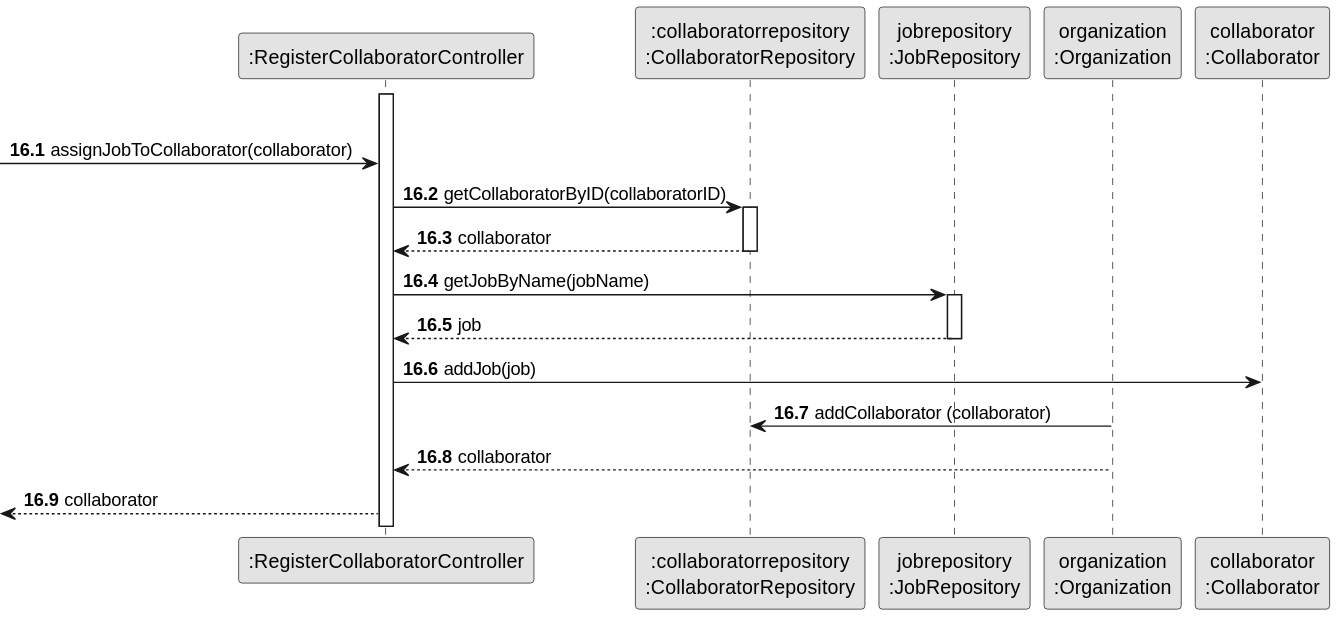
tiagosoa/lei-24-s2-1dgh-g073 keeps this PlantUML diagram as docs/sprint3/us003/03.design/svg/us003-sequence-diagram-partial-assign-job.svg. Above is the earlier version. The source it was exported from:
```plantuml
@startuml
skinparam monochrome true
skinparam packageStyle rectangle
skinparam shadowing false

participant ":RegisterCollaboratorController" as CTRL
participant ":collaboratorrepository\n:CollaboratorRepository" as CR
participant "jobrepository\n:JobRepository" as JR
participant "organization\n:Organization" as ORG
participant "collaborator\n:Collaborator" as COLABORADOR


autonumber 16

autonumber 16.1
activate CTRL

    group Assign Job

                        -> CTRL: assignJobToCollaborator(collaborator)

                        CTRL -> CR: getCollaboratorByID(collaboratorID)
                        activate CR

                        CR --> CTRL: collaborator
                        deactivate CR

                        CTRL -> JR: getJobByName(jobName)
                        activate JR

                        JR --> CTRL: job
                        deactivate JR

                        CTRL -> COLABORADOR: addJob(job)

                       ORG -> CR : addCollaborator (collaborator)




                       ORG --> CTRL: collaborator

                       deactivate ORG







            deactivate ORG

            <-- CTRL: collaborator

deactivate ORG
@enduml
```
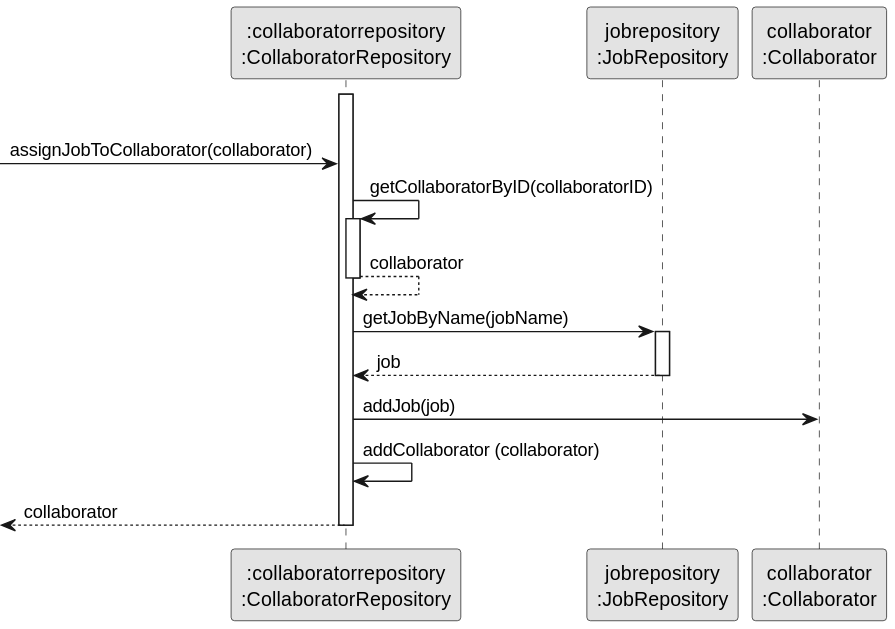
After the commit.

What changed in the source:
```diff
@@ -3,54 +3,38 @@
 skinparam packageStyle rectangle
 skinparam shadowing false
 
-participant ":RegisterCollaboratorController" as CTRL
+
 participant ":collaboratorrepository\n:CollaboratorRepository" as CR
 participant "jobrepository\n:JobRepository" as JR
-participant "organization\n:Organization" as ORG
 participant "collaborator\n:Collaborator" as COLABORADOR
 
-
-autonumber 16
-
-autonumber 16.1
-activate CTRL
-
+activate CR
     group Assign Job
 
-                        -> CTRL: assignJobToCollaborator(collaborator)
+                                                -> CR: assignJobToCollaborator(collaborator)
 
-                        CTRL -> CR: getCollaboratorByID(collaboratorID)
-                        activate CR
+                                                CR -> CR: getCollaboratorByID(collaboratorID)
+                                                activate CR
 
-                        CR --> CTRL: collaborator
-                        deactivate CR
+                                                CR --> CR: collaborator
+                                                deactivate CR
 
-                        CTRL -> JR: getJobByName(jobName)
-                        activate JR
+                                                CR -> JR: getJobByName(jobName)
+                                                activate JR
 
-                        JR --> CTRL: job
-                        deactivate JR
+                                                JR --> CR: job
+                                                deactivate JR
 
-                        CTRL -> COLABORADOR: addJob(job)
+                                                CR -> COLABORADOR: addJob(job)
 
-                       ORG -> CR : addCollaborator (collaborator)
+                                               CR -> CR : addCollaborator (collaborator)
 
 
 
 
-                       ORG --> CTRL: collaborator
+                                               <-- CR: collaborator
 
-                       deactivate ORG
+                                               deactivate CR
 
 
-
-
-
-
-
-            deactivate ORG
-
-            <-- CTRL: collaborator
-
-deactivate ORG
 @enduml
```
